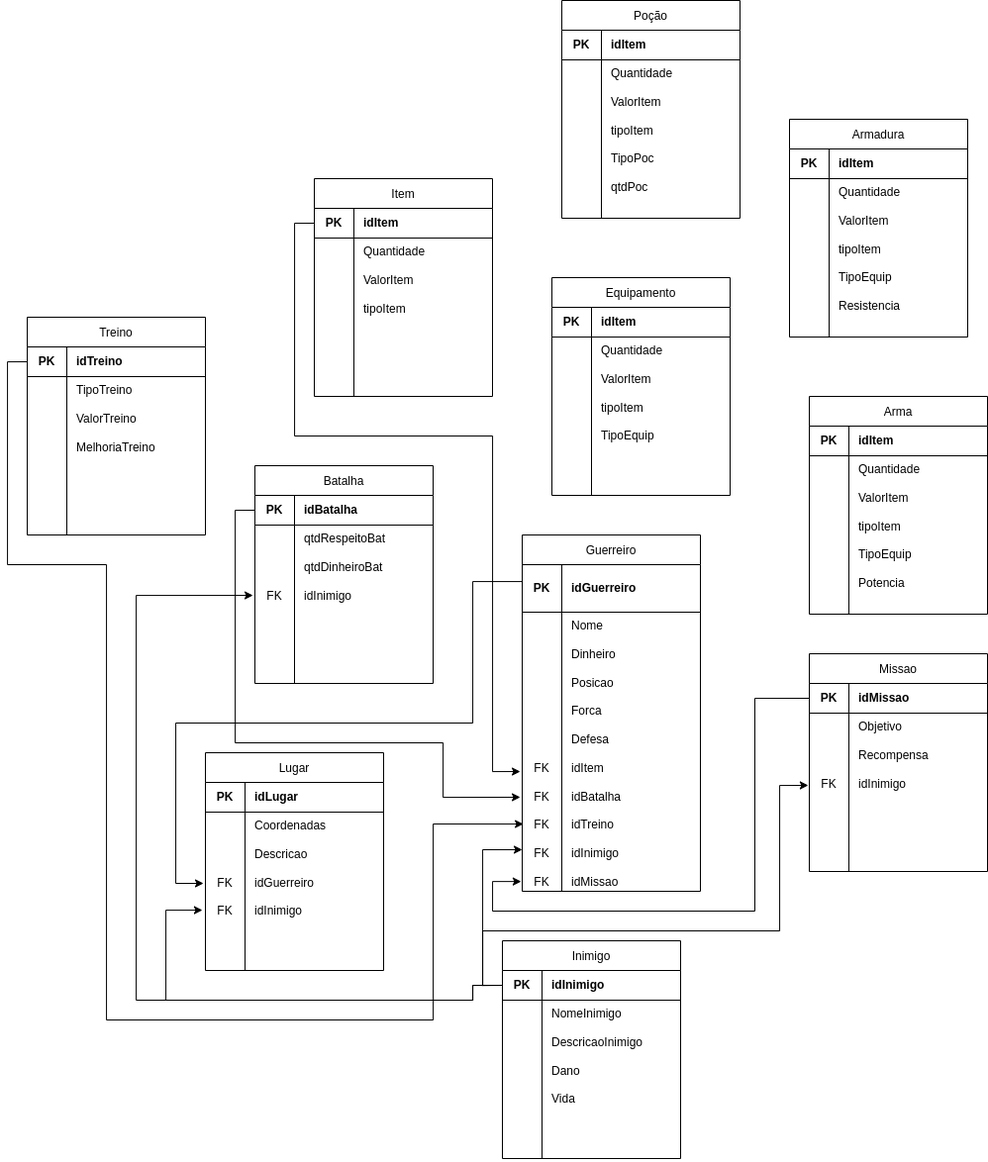
Above: Modulo_1/diagramaRelacional.png in SBD1/2022.2-Spartacus (draw.io), before the change. Source tidied: cells renumbered, new cells last; positions are measured from the earlier drawing's top-left corner, leaving out a move shared by most shapes.
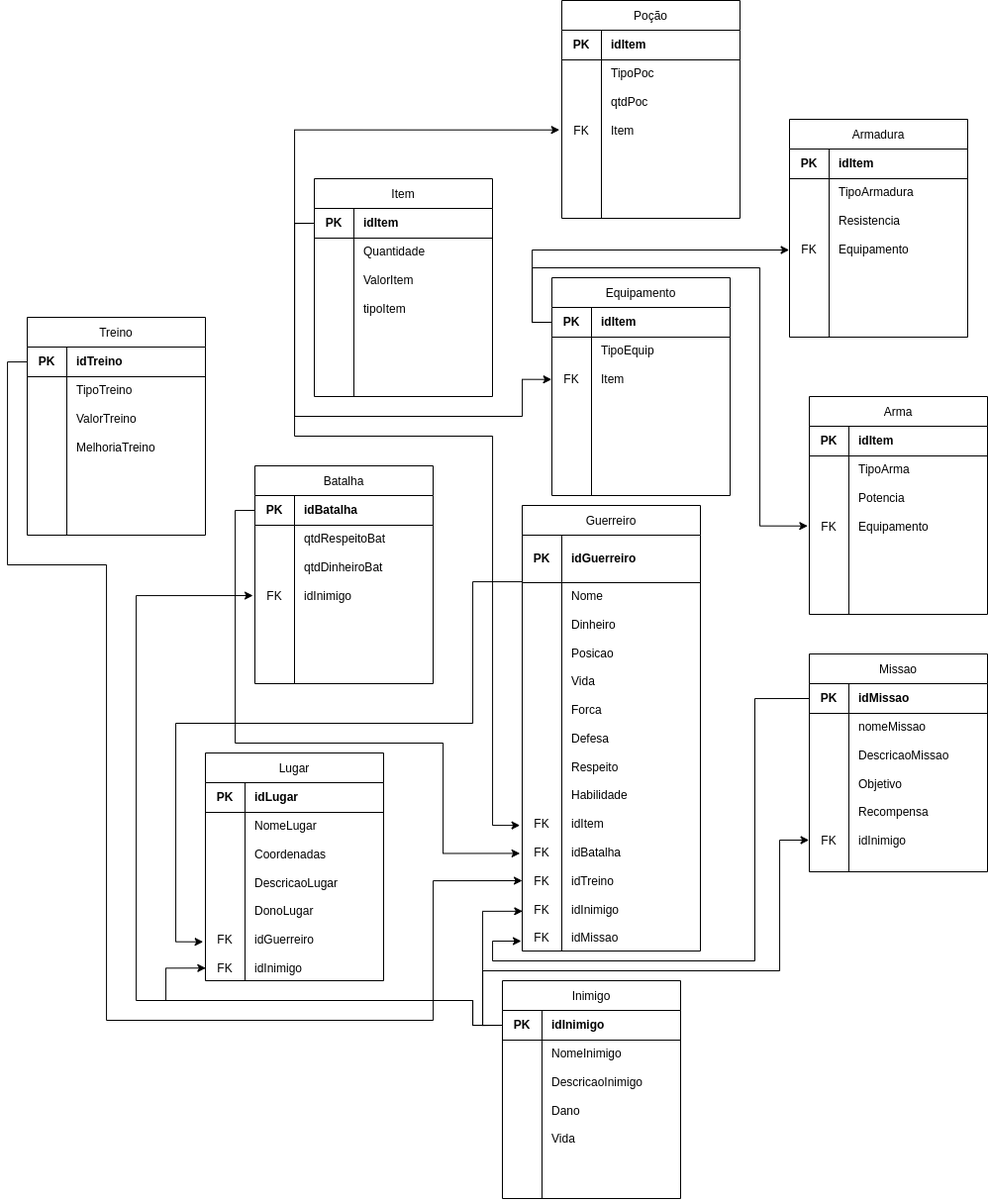
Above is the later version.

Commit message:
Correção do Modelo Relacional

The edit, as a diff of the source:
```diff
@@ -19,6 +19,6 @@
     </mxCell>
-    <mxCell id="7" value="&lt;br&gt;&lt;br&gt;&lt;br&gt;&lt;br&gt;FK" style="shape=partialRectangle;html=1;whiteSpace=wrap;overflow=hidden;fillColor=none;top=0;left=0;bottom=0;right=0;verticalAlign=top;" parent="6" vertex="1">
+    <mxCell id="7" value="&lt;br&gt;&lt;br&gt;&lt;br&gt;&lt;br&gt;&lt;br&gt;&lt;br&gt;&lt;br&gt;&lt;br&gt;FK" style="shape=partialRectangle;html=1;whiteSpace=wrap;overflow=hidden;fillColor=none;top=0;left=0;bottom=0;right=0;verticalAlign=top;" parent="6" vertex="1">
       <mxGeometry width="40" height="160" as="geometry" />
     </mxCell>
-    <mxCell id="8" value="Objetivo&lt;br&gt;&lt;br&gt;Recompensa&lt;br&gt;&lt;br&gt;idInimigo&lt;br&gt;" style="shape=partialRectangle;html=1;whiteSpace=wrap;overflow=hidden;fillColor=none;top=0;left=0;bottom=0;right=0;verticalAlign=top;align=left;spacingLeft=8;" parent="6" vertex="1">
+    <mxCell id="8" value="nomeMissao&lt;br&gt;&lt;br&gt;DescricaoMissao&lt;br&gt;&lt;br&gt;Objetivo&lt;br&gt;&lt;br&gt;Recompensa&lt;br&gt;&lt;br&gt;idInimigo" style="shape=partialRectangle;html=1;whiteSpace=wrap;overflow=hidden;fillColor=none;top=0;left=0;bottom=0;right=0;verticalAlign=top;align=left;spacingLeft=8;" parent="6" vertex="1">
       <mxGeometry x="40" width="140" height="160" as="geometry" />
@@ -68,3 +68,3 @@
     <mxCell id="23" value="Guerreiro" style="shape=table;startSize=30;verticalAlign=middle;" parent="1" vertex="1">
-      <mxGeometry x="520" y="540" width="180" height="360" as="geometry" />
+      <mxGeometry x="520" y="510" width="180" height="450" as="geometry" />
     </mxCell>
@@ -80,9 +80,9 @@
     <mxCell id="27" style="shape=tableRow;horizontal=0;startSize=0;swimlaneHead=0;swimlaneBody=0;top=0;left=0;bottom=0;right=0;fillColor=none;points=[[0,0.5],[1,0.5]];portConstraint=eastwest;" parent="23" vertex="1">
-      <mxGeometry y="78" width="180" height="282" as="geometry" />
+      <mxGeometry y="78" width="180" height="372" as="geometry" />
     </mxCell>
-    <mxCell id="28" value="&lt;br&gt;&lt;br&gt;&lt;br&gt;&lt;br&gt;&lt;br&gt;&lt;br&gt;&lt;br&gt;&lt;br&gt;&lt;br&gt;&lt;br&gt;FK&lt;br&gt;&lt;br&gt;FK&lt;br&gt;&lt;br&gt;FK&lt;br&gt;&lt;br&gt;FK&lt;br&gt;&lt;br&gt;FK" style="shape=partialRectangle;html=1;whiteSpace=wrap;overflow=hidden;fillColor=none;top=0;left=0;bottom=0;right=0;verticalAlign=top;" parent="27" vertex="1">
-      <mxGeometry width="40" height="282" as="geometry" />
+    <mxCell id="28" value="&lt;br&gt;&lt;br&gt;&lt;br&gt;&lt;br&gt;&lt;br&gt;&lt;br&gt;&lt;br&gt;&lt;br&gt;&lt;br&gt;&lt;br&gt;&lt;br&gt;&lt;br&gt;&lt;br&gt;&lt;br&gt;&lt;br&gt;&lt;br&gt;FK&lt;br&gt;&lt;br&gt;FK&lt;br&gt;&lt;br&gt;FK&lt;br&gt;&lt;br&gt;FK&lt;br&gt;&lt;br&gt;FK" style="shape=partialRectangle;html=1;whiteSpace=wrap;overflow=hidden;fillColor=none;top=0;left=0;bottom=0;right=0;verticalAlign=top;" parent="27" vertex="1">
+      <mxGeometry width="40" height="372" as="geometry" />
     </mxCell>
-    <mxCell id="29" value="Nome&lt;br&gt;&lt;br&gt;Dinheiro&lt;br&gt;&lt;br&gt;Posicao&lt;br&gt;&lt;br&gt;Forca&lt;br&gt;&lt;br&gt;Defesa&lt;br&gt;&lt;br&gt;idItem&lt;br&gt;&lt;br&gt;idBatalha&lt;br&gt;&lt;br&gt;idTreino&lt;br&gt;&lt;br&gt;idInimigo&lt;br&gt;&lt;br&gt;idMissao" style="shape=partialRectangle;html=1;whiteSpace=wrap;overflow=hidden;fillColor=none;top=0;left=0;bottom=0;right=0;verticalAlign=top;align=left;spacingLeft=8;" parent="27" vertex="1">
-      <mxGeometry x="40" width="140" height="282" as="geometry" />
+    <mxCell id="29" value="Nome&lt;br&gt;&lt;br&gt;Dinheiro&lt;br&gt;&lt;br&gt;Posicao&lt;br&gt;&lt;br&gt;Vida&lt;br&gt;&lt;br&gt;Forca&lt;br&gt;&lt;br&gt;Defesa&lt;br&gt;&lt;br&gt;Respeito&lt;br&gt;&lt;br&gt;Habilidade&lt;br&gt;&lt;br&gt;idItem&lt;br&gt;&lt;br&gt;idBatalha&lt;br&gt;&lt;br&gt;idTreino&lt;br&gt;&lt;br&gt;idInimigo&lt;br&gt;&lt;br&gt;idMissao" style="shape=partialRectangle;html=1;whiteSpace=wrap;overflow=hidden;fillColor=none;top=0;left=0;bottom=0;right=0;verticalAlign=top;align=left;spacingLeft=8;" parent="27" vertex="1">
+      <mxGeometry x="40" width="140" height="372" as="geometry" />
     </mxCell>
@@ -110,3 +110,3 @@
     <mxCell id="37" value="Lugar" style="shape=table;startSize=30;verticalAlign=middle;" parent="1" vertex="1">
-      <mxGeometry x="200" y="760" width="180" height="220" as="geometry" />
+      <mxGeometry x="200" y="760" width="180" height="230" as="geometry" />
     </mxCell>
@@ -122,12 +122,12 @@
     <mxCell id="41" style="shape=tableRow;horizontal=0;startSize=0;swimlaneHead=0;swimlaneBody=0;top=0;left=0;bottom=0;right=0;fillColor=none;points=[[0,0.5],[1,0.5]];portConstraint=eastwest;" parent="37" vertex="1">
-      <mxGeometry y="60" width="180" height="160" as="geometry" />
+      <mxGeometry y="60" width="180" height="170" as="geometry" />
     </mxCell>
-    <mxCell id="42" value="&lt;br&gt;&lt;br&gt;&lt;br&gt;&lt;br&gt;FK&lt;br&gt;&lt;br&gt;FK" style="shape=partialRectangle;html=1;whiteSpace=wrap;overflow=hidden;fillColor=none;top=0;left=0;bottom=0;right=0;verticalAlign=top;" parent="41" vertex="1">
-      <mxGeometry width="40" height="160" as="geometry" />
+    <mxCell id="42" value="&lt;br&gt;&lt;br&gt;&lt;br&gt;&lt;br&gt;&lt;br&gt;&lt;br&gt;&lt;br&gt;&lt;br&gt;FK&lt;br&gt;&lt;br&gt;FK" style="shape=partialRectangle;html=1;whiteSpace=wrap;overflow=hidden;fillColor=none;top=0;left=0;bottom=0;right=0;verticalAlign=top;" parent="41" vertex="1">
+      <mxGeometry width="40" height="170" as="geometry" />
     </mxCell>
-    <mxCell id="43" value="Coordenadas&lt;br&gt;&lt;br&gt;Descricao&lt;br&gt;&lt;br&gt;idGuerreiro&lt;br&gt;&lt;br&gt;idInimigo" style="shape=partialRectangle;html=1;whiteSpace=wrap;overflow=hidden;fillColor=none;top=0;left=0;bottom=0;right=0;verticalAlign=top;align=left;spacingLeft=8;" parent="41" vertex="1">
-      <mxGeometry x="40" width="140" height="160" as="geometry" />
+    <mxCell id="43" value="NomeLugar&lt;br&gt;&lt;br&gt;Coordenadas&lt;br&gt;&lt;br&gt;DescricaoLugar&lt;br&gt;&lt;br&gt;DonoLugar&lt;br&gt;&lt;br&gt;idGuerreiro&lt;br&gt;&lt;br&gt;idInimigo" style="shape=partialRectangle;html=1;whiteSpace=wrap;overflow=hidden;fillColor=none;top=0;left=0;bottom=0;right=0;verticalAlign=top;align=left;spacingLeft=8;" parent="41" vertex="1">
+      <mxGeometry x="40" width="140" height="170" as="geometry" />
     </mxCell>
     <mxCell id="44" value="Inimigo" style="shape=table;startSize=30;verticalAlign=middle;" parent="1" vertex="1">
-      <mxGeometry x="500" y="950" width="180" height="220" as="geometry" />
+      <mxGeometry x="500" y="990" width="180" height="220" as="geometry" />
     </mxCell>
@@ -166,6 +166,6 @@
     </mxCell>
-    <mxCell id="56" style="shape=partialRectangle;html=1;whiteSpace=wrap;overflow=hidden;fillColor=none;top=0;left=0;bottom=0;right=0;verticalAlign=top;" parent="55" vertex="1">
+    <mxCell id="56" value="&lt;br&gt;&lt;br&gt;FK" style="shape=partialRectangle;html=1;whiteSpace=wrap;overflow=hidden;fillColor=none;top=0;left=0;bottom=0;right=0;verticalAlign=top;" parent="55" vertex="1">
       <mxGeometry width="40" height="160" as="geometry" />
     </mxCell>
-    <mxCell id="57" value="Quantidade&lt;br&gt;&lt;br&gt;ValorItem&lt;br&gt;&lt;br&gt;tipoItem&lt;br&gt;&lt;br&gt;TipoEquip" style="shape=partialRectangle;html=1;whiteSpace=wrap;overflow=hidden;fillColor=none;top=0;left=0;bottom=0;right=0;verticalAlign=top;align=left;spacingLeft=8;" parent="55" vertex="1">
+    <mxCell id="57" value="TipoEquip&lt;br&gt;&lt;br&gt;Item" style="shape=partialRectangle;html=1;whiteSpace=wrap;overflow=hidden;fillColor=none;top=0;left=0;bottom=0;right=0;verticalAlign=top;align=left;spacingLeft=8;" parent="55" vertex="1">
       <mxGeometry x="40" width="140" height="160" as="geometry" />
@@ -187,6 +187,6 @@
     </mxCell>
-    <mxCell id="63" style="shape=partialRectangle;html=1;whiteSpace=wrap;overflow=hidden;fillColor=none;top=0;left=0;bottom=0;right=0;verticalAlign=top;" parent="62" vertex="1">
+    <mxCell id="63" value="&lt;br&gt;&lt;br&gt;&lt;br&gt;&lt;br&gt;FK" style="shape=partialRectangle;html=1;whiteSpace=wrap;overflow=hidden;fillColor=none;top=0;left=0;bottom=0;right=0;verticalAlign=top;" parent="62" vertex="1">
       <mxGeometry width="40" height="160" as="geometry" />
     </mxCell>
-    <mxCell id="64" value="Quantidade&lt;br&gt;&lt;br&gt;ValorItem&lt;br&gt;&lt;br&gt;tipoItem&lt;br&gt;&lt;br&gt;TipoEquip&lt;br&gt;&lt;br&gt;Potencia" style="shape=partialRectangle;html=1;whiteSpace=wrap;overflow=hidden;fillColor=none;top=0;left=0;bottom=0;right=0;verticalAlign=top;align=left;spacingLeft=8;" parent="62" vertex="1">
+    <mxCell id="64" value="TipoArma&lt;br&gt;&lt;br&gt;Potencia&lt;br&gt;&lt;br&gt;Equipamento" style="shape=partialRectangle;html=1;whiteSpace=wrap;overflow=hidden;fillColor=none;top=0;left=0;bottom=0;right=0;verticalAlign=top;align=left;spacingLeft=8;" parent="62" vertex="1">
       <mxGeometry x="40" width="140" height="160" as="geometry" />
@@ -208,6 +208,6 @@
     </mxCell>
-    <mxCell id="70" style="shape=partialRectangle;html=1;whiteSpace=wrap;overflow=hidden;fillColor=none;top=0;left=0;bottom=0;right=0;verticalAlign=top;" parent="69" vertex="1">
+    <mxCell id="70" value="&lt;br&gt;&lt;br&gt;&lt;br&gt;&lt;br&gt;FK" style="shape=partialRectangle;html=1;whiteSpace=wrap;overflow=hidden;fillColor=none;top=0;left=0;bottom=0;right=0;verticalAlign=top;" parent="69" vertex="1">
       <mxGeometry width="40" height="160" as="geometry" />
     </mxCell>
-    <mxCell id="71" value="Quantidade&lt;br&gt;&lt;br&gt;ValorItem&lt;br&gt;&lt;br&gt;tipoItem&lt;br&gt;&lt;br&gt;TipoEquip&lt;br&gt;&lt;br&gt;Resistencia" style="shape=partialRectangle;html=1;whiteSpace=wrap;overflow=hidden;fillColor=none;top=0;left=0;bottom=0;right=0;verticalAlign=top;align=left;spacingLeft=8;" parent="69" vertex="1">
+    <mxCell id="71" value="TipoArmadura&lt;br&gt;&lt;br&gt;Resistencia&lt;br&gt;&lt;br&gt;Equipamento" style="shape=partialRectangle;html=1;whiteSpace=wrap;overflow=hidden;fillColor=none;top=0;left=0;bottom=0;right=0;verticalAlign=top;align=left;spacingLeft=8;" parent="69" vertex="1">
       <mxGeometry x="40" width="140" height="160" as="geometry" />
@@ -229,9 +229,9 @@
     </mxCell>
-    <mxCell id="77" style="shape=partialRectangle;html=1;whiteSpace=wrap;overflow=hidden;fillColor=none;top=0;left=0;bottom=0;right=0;verticalAlign=top;" parent="76" vertex="1">
+    <mxCell id="77" value="&lt;br&gt;&lt;br&gt;&lt;br&gt;&lt;br&gt;FK" style="shape=partialRectangle;html=1;whiteSpace=wrap;overflow=hidden;fillColor=none;top=0;left=0;bottom=0;right=0;verticalAlign=top;" parent="76" vertex="1">
       <mxGeometry width="40" height="160" as="geometry" />
     </mxCell>
-    <mxCell id="78" value="Quantidade&lt;br&gt;&lt;br&gt;ValorItem&lt;br&gt;&lt;br&gt;tipoItem&lt;br&gt;&lt;br&gt;TipoPoc&lt;br&gt;&lt;br&gt;qtdPoc" style="shape=partialRectangle;html=1;whiteSpace=wrap;overflow=hidden;fillColor=none;top=0;left=0;bottom=0;right=0;verticalAlign=top;align=left;spacingLeft=8;" parent="76" vertex="1">
+    <mxCell id="78" value="TipoPoc&lt;br&gt;&lt;br&gt;qtdPoc&lt;br&gt;&lt;br&gt;Item" style="shape=partialRectangle;html=1;whiteSpace=wrap;overflow=hidden;fillColor=none;top=0;left=0;bottom=0;right=0;verticalAlign=top;align=left;spacingLeft=8;" parent="76" vertex="1">
       <mxGeometry x="40" width="140" height="160" as="geometry" />
     </mxCell>
-    <mxCell id="79" style="edgeStyle=orthogonalEdgeStyle;rounded=0;jettySize=auto;html=1;exitX=0;exitY=0.5;exitDx=0;exitDy=0;entryX=-0.011;entryY=0.571;entryDx=0;entryDy=0;entryPerimeter=0;" parent="1" edge="1" source="17" target="27">
+    <mxCell id="79" style="edgeStyle=orthogonalEdgeStyle;rounded=0;jettySize=auto;html=1;exitX=0;exitY=0.5;exitDx=0;exitDy=0;entryX=-0.013;entryY=0.659;entryDx=0;entryDy=0;entryPerimeter=0;" parent="1" edge="1" source="17" target="27">
       <mxGeometry relative="1" as="geometry">
@@ -241,3 +241,3 @@
           <mxPoint x="490" y="440" />
-          <mxPoint x="490" y="779" />
+          <mxPoint x="490" y="833" />
         </Array>
@@ -245,5 +245,6 @@
     </mxCell>
-    <mxCell id="80" style="edgeStyle=orthogonalEdgeStyle;rounded=0;jettySize=auto;html=1;exitX=0;exitY=0.5;exitDx=0;exitDy=0;entryX=-0.011;entryY=0.45;entryDx=0;entryDy=0;entryPerimeter=0;" parent="1" edge="1" source="24" target="41">
+    <mxCell id="80" style="edgeStyle=orthogonalEdgeStyle;rounded=0;jettySize=auto;html=1;exitX=0;exitY=0.5;exitDx=0;exitDy=0;entryX=-0.013;entryY=0.769;entryDx=0;entryDy=0;entryPerimeter=0;" parent="1" edge="1" source="24" target="41">
       <mxGeometry relative="1" as="geometry">
         <Array as="points">
+          <mxPoint x="520" y="587" />
           <mxPoint x="470" y="587" />
@@ -251,3 +252,3 @@
           <mxPoint x="170" y="730" />
-          <mxPoint x="170" y="892" />
+          <mxPoint x="170" y="951" />
         </Array>
@@ -258,3 +259,3 @@
         <Array as="points">
-          <mxPoint x="470" y="995" />
+          <mxPoint x="470" y="1035" />
           <mxPoint x="470" y="1010" />
@@ -265,19 +266,9 @@
     </mxCell>
-    <mxCell id="82" style="edgeStyle=orthogonalEdgeStyle;rounded=0;jettySize=auto;html=1;exitX=0;exitY=0.5;exitDx=0;exitDy=0;entryX=-0.006;entryY=0.456;entryDx=0;entryDy=0;entryPerimeter=0;" parent="1" edge="1" source="45" target="6">
-      <mxGeometry relative="1" as="geometry">
-        <Array as="points">
-          <mxPoint x="480" y="995" />
-          <mxPoint x="480" y="940" />
-          <mxPoint x="780" y="940" />
-          <mxPoint x="780" y="793" />
-        </Array>
-      </mxGeometry>
-    </mxCell>
-    <mxCell id="83" style="edgeStyle=orthogonalEdgeStyle;rounded=0;jettySize=auto;html=1;exitX=0;exitY=0.5;exitDx=0;exitDy=0;entryX=-0.017;entryY=0.619;entryDx=0;entryDy=0;entryPerimeter=0;" parent="1" edge="1" source="45" target="41">
+    <mxCell id="83" style="edgeStyle=orthogonalEdgeStyle;rounded=0;jettySize=auto;html=1;exitX=0;exitY=0.5;exitDx=0;exitDy=0;entryX=0.002;entryY=0.925;entryDx=0;entryDy=0;entryPerimeter=0;" parent="1" edge="1" source="45" target="41">
       <mxGeometry relative="1" as="geometry">
         <Array as="points">
-          <mxPoint x="470" y="995" />
+          <mxPoint x="470" y="1035" />
           <mxPoint x="470" y="1010" />
           <mxPoint x="160" y="1010" />
-          <mxPoint x="160" y="919" />
+          <mxPoint x="160" y="977" />
         </Array>
@@ -285,3 +276,3 @@
     </mxCell>
-    <mxCell id="84" style="edgeStyle=orthogonalEdgeStyle;rounded=0;jettySize=auto;html=1;exitX=0;exitY=0.5;exitDx=0;exitDy=0;entryX=-0.011;entryY=0.663;entryDx=0;entryDy=0;entryPerimeter=0;" parent="1" edge="1" source="10" target="27">
+    <mxCell id="84" style="edgeStyle=orthogonalEdgeStyle;rounded=0;jettySize=auto;html=1;exitX=0;exitY=0.5;exitDx=0;exitDy=0;entryX=-0.013;entryY=0.735;entryDx=0;entryDy=0;entryPerimeter=0;" parent="1" edge="1" source="10" target="27">
       <mxGeometry relative="1" as="geometry">
@@ -291,3 +282,3 @@
           <mxPoint x="440" y="750" />
-          <mxPoint x="440" y="805" />
+          <mxPoint x="440" y="861" />
         </Array>
@@ -295,4 +286,5 @@
     </mxCell>
-    <mxCell id="85" style="edgeStyle=orthogonalEdgeStyle;rounded=0;jettySize=auto;html=1;exitX=0;exitY=0.5;exitDx=0;exitDy=0;entryX=0.006;entryY=0.759;entryDx=0;entryDy=0;entryPerimeter=0;" parent="1" edge="1" source="31" target="27">
+    <mxCell id="85" style="edgeStyle=orthogonalEdgeStyle;rounded=0;jettySize=auto;html=1;exitX=0;exitY=0.5;exitDx=0;exitDy=0;" parent="1" edge="1" source="31">
       <mxGeometry relative="1" as="geometry">
+        <mxPoint x="520" y="889" as="targetPoint" />
         <Array as="points">
@@ -303,3 +295,3 @@
           <mxPoint x="430" y="1030" />
-          <mxPoint x="430" y="832" />
+          <mxPoint x="430" y="889" />
         </Array>
@@ -307,12 +299,13 @@
     </mxCell>
-    <mxCell id="86" style="edgeStyle=orthogonalEdgeStyle;rounded=0;jettySize=auto;html=1;exitX=0;exitY=0.5;exitDx=0;exitDy=0;entryX=0;entryY=0.851;entryDx=0;entryDy=0;entryPerimeter=0;" parent="1" edge="1" source="45" target="27">
+    <mxCell id="86" style="edgeStyle=orthogonalEdgeStyle;rounded=0;jettySize=auto;html=1;exitX=0;exitY=0.5;exitDx=0;exitDy=0;entryX=0.002;entryY=0.892;entryDx=0;entryDy=0;entryPerimeter=0;" parent="1" edge="1" source="45" target="27">
       <mxGeometry relative="1" as="geometry" />
     </mxCell>
-    <mxCell id="87" style="edgeStyle=orthogonalEdgeStyle;rounded=0;jettySize=auto;html=1;exitX=0;exitY=0.5;exitDx=0;exitDy=0;entryX=-0.006;entryY=0.965;entryDx=0;entryDy=0;entryPerimeter=0;" parent="1" edge="1" source="3" target="27">
+    <mxCell id="87" style="edgeStyle=orthogonalEdgeStyle;rounded=0;jettySize=auto;html=1;exitX=0;exitY=0.5;exitDx=0;exitDy=0;" parent="1" edge="1" source="3">
       <mxGeometry relative="1" as="geometry">
+        <mxPoint x="519" y="950" as="targetPoint" />
         <Array as="points">
           <mxPoint x="755" y="705" />
-          <mxPoint x="755" y="920" />
-          <mxPoint x="490" y="920" />
-          <mxPoint x="490" y="890" />
+          <mxPoint x="755" y="970" />
+          <mxPoint x="490" y="970" />
+          <mxPoint x="490" y="950" />
         </Array>
@@ -320,2 +313,38 @@
     </mxCell>
+    <mxCell id="88" style="edgeStyle=orthogonalEdgeStyle;rounded=0;jettySize=auto;html=1;exitX=0;exitY=0.5;exitDx=0;exitDy=0;entryX=-0.002;entryY=0.267;entryDx=0;entryDy=0;entryPerimeter=0;" parent="1" edge="1" source="17" target="55">
+      <mxGeometry relative="1" as="geometry">
+        <Array as="points">
+          <mxPoint x="290" y="225" />
+          <mxPoint x="290" y="420" />
+          <mxPoint x="520" y="420" />
+          <mxPoint x="520" y="383" />
+        </Array>
+      </mxGeometry>
+    </mxCell>
+    <mxCell id="89" style="edgeStyle=orthogonalEdgeStyle;rounded=0;jettySize=auto;html=1;exitX=0;exitY=0.5;exitDx=0;exitDy=0;entryX=-0.013;entryY=0.442;entryDx=0;entryDy=0;entryPerimeter=0;" parent="1" edge="1" source="17" target="76">
+      <mxGeometry relative="1" as="geometry" />
+    </mxCell>
+    <mxCell id="90" style="edgeStyle=orthogonalEdgeStyle;rounded=0;jettySize=auto;html=1;exitX=0;exitY=0.5;exitDx=0;exitDy=0;entryX=-0.002;entryY=0.45;entryDx=0;entryDy=0;entryPerimeter=0;" parent="1" edge="1" source="52" target="69">
+      <mxGeometry relative="1" as="geometry" />
+    </mxCell>
+    <mxCell id="91" style="edgeStyle=orthogonalEdgeStyle;rounded=0;jettySize=auto;html=1;exitX=0;exitY=0.5;exitDx=0;exitDy=0;entryX=-0.009;entryY=0.442;entryDx=0;entryDy=0;entryPerimeter=0;" parent="1" edge="1" source="52" target="62">
+      <mxGeometry relative="1" as="geometry">
+        <Array as="points">
+          <mxPoint x="530" y="325" />
+          <mxPoint x="530" y="270" />
+          <mxPoint x="760" y="270" />
+          <mxPoint x="760" y="531" />
+        </Array>
+      </mxGeometry>
+    </mxCell>
+    <mxCell id="82" style="edgeStyle=orthogonalEdgeStyle;rounded=0;jettySize=auto;html=1;exitX=0;exitY=0.5;exitDx=0;exitDy=0;entryX=-0.002;entryY=0.8;entryDx=0;entryDy=0;entryPerimeter=0;" parent="1" edge="1" source="45" target="6">
+      <mxGeometry relative="1" as="geometry">
+        <Array as="points">
+          <mxPoint x="480" y="1035" />
+          <mxPoint x="480" y="980" />
+          <mxPoint x="780" y="980" />
+          <mxPoint x="780" y="848" />
+        </Array>
+      </mxGeometry>
+    </mxCell>
   </root>
```
